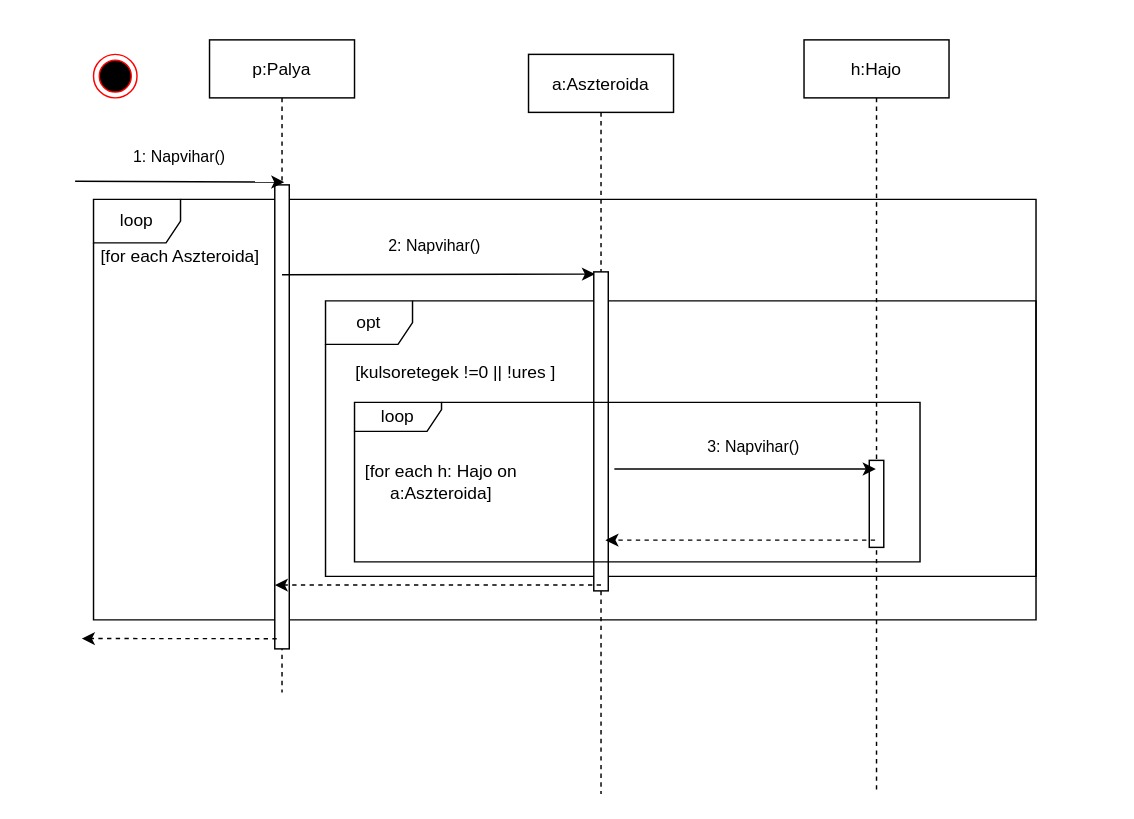
This is doc/uml/sunStorm.drawio from torpeBoiGo/aszteroidabanyaszat, a draw.io file, before an edit. Source tidied: cells renumbered, new cells numbered last; positions are measured from the earlier drawing's top-left corner, leaving out a move shared by most shapes. Both pictures are drawn from the tidied source at 145%, with x=0, y=0 at pixel (74, 39).
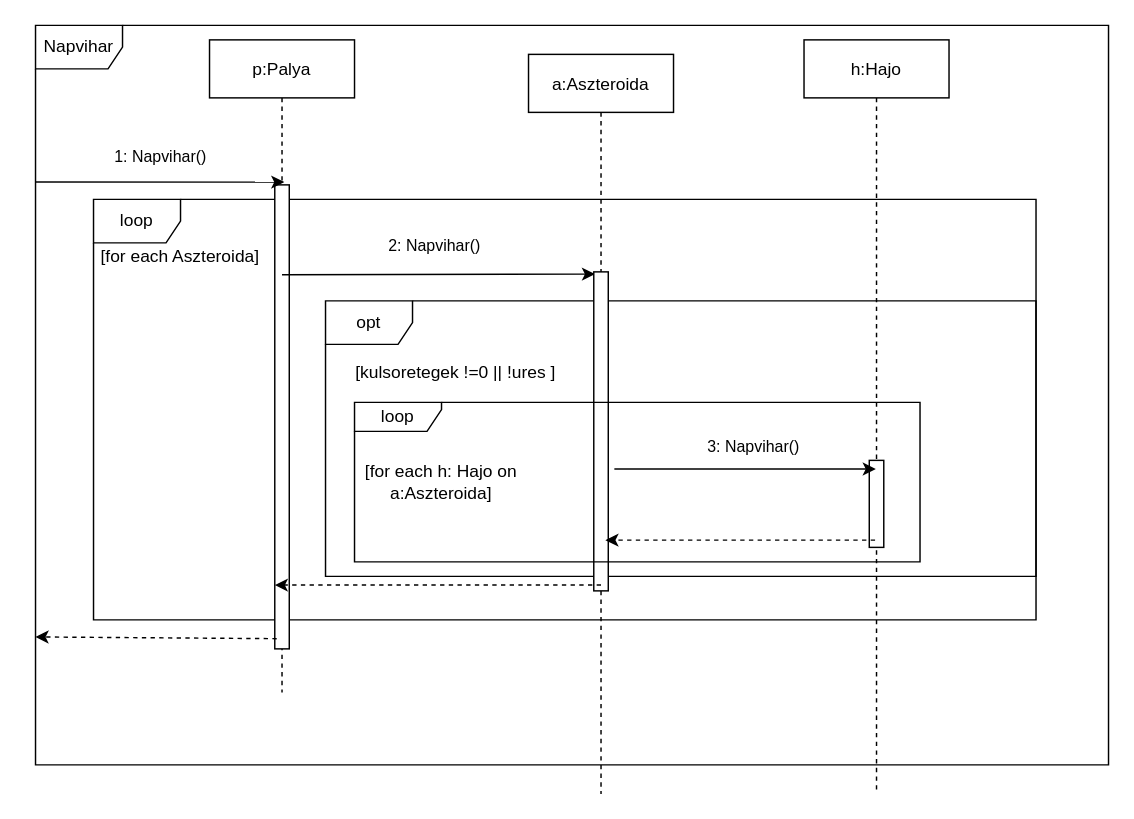
The same page after the edit.

Unchanged cells that the change refers to:
```xml
<mxCell id="4" value="p:Palya" style="shape=umlLifeline;perimeter=lifelinePerimeter;rounded=0;shadow=0;strokeWidth=1;" parent="1" vertex="1">
  <mxGeometry x="93" width="100" height="450" as="geometry" />
</mxCell>
<mxCell id="5" style="points=[];perimeter=orthogonalPerimeter;rounded=0;shadow=0;strokeWidth=1;" parent="4" vertex="1">
  <mxGeometry x="45" y="100" width="10" height="320" as="geometry" />
</mxCell>
```

Change to the diagram source:
```diff
@@
+    <mxCell id="21" value="Napvihar" style="shape=umlFrame;whiteSpace=wrap;html=1;" parent="1" vertex="1">
+      <mxGeometry x="-27" y="-10" width="740" height="510" as="geometry" />
+    </mxCell>
@@
-    <mxCell id="6" value="1: Napvihar()" style="endArrow=classic;html=1;exitX=0.233;exitY=0.046;exitDx=0;exitDy=0;exitPerimeter=0;entryX=0.516;entryY=0.218;entryDx=0;entryDy=0;entryPerimeter=0;" parent="1" edge="1" target="4">
+    <mxCell id="6" value="1: Napvihar()" style="endArrow=classic;html=1;entryX=0.516;entryY=0.218;entryDx=0;entryDy=0;entryPerimeter=0;" parent="1" edge="1" target="4">
       <mxGeometry y="16" relative="1" as="geometry">
-        <mxPoint x="0.3" y="97.5" as="sourcePoint" />
+        <mxPoint x="-27" y="98" as="sourcePoint" />
         <mxPoint y="-1" as="offset" />
       </mxGeometry>
     </mxCell>
@@
-    <mxCell id="18" style="endArrow=classic;html=1;entryX=0.689;entryY=0.876;entryDx=0;entryDy=0;entryPerimeter=0;dashed=1;exitX=0.133;exitY=0.978;exitDx=0;exitDy=0;exitPerimeter=0;" parent="1" edge="1" source="5">
-      <mxGeometry relative="1" as="geometry">
-        <mxPoint x="4.9" y="412.9" as="targetPoint" />
-      </mxGeometry>
+    <mxCell id="18" style="endArrow=classic;html=1;dashed=1;exitX=0.133;exitY=0.978;exitDx=0;exitDy=0;exitPerimeter=0;entryX=0;entryY=0.827;entryDx=0;entryDy=0;entryPerimeter=0;" parent="1" edge="1" source="5" target="21">
+      <mxGeometry relative="1" as="geometry" />
     </mxCell>
@@
-    <mxCell id="20" style="ellipse;html=1;shape=endState;fillColor=#000000;strokeColor=#ff0000;" parent="1" vertex="1">
-      <mxGeometry x="13" y="10" width="30" height="30" as="geometry" />
-    </mxCell>
```
